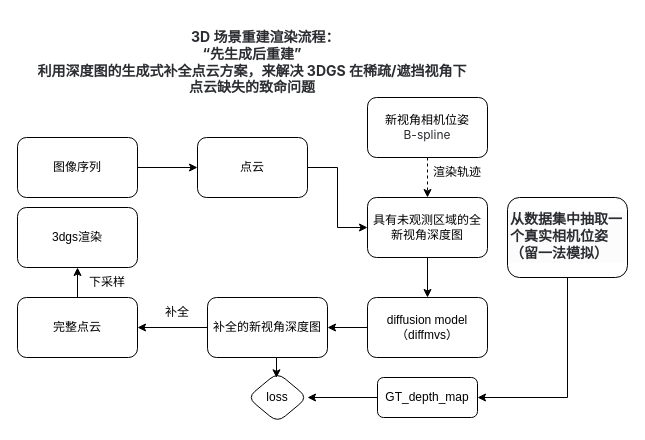
The draw.io diagram model_net.drawio in zzcPeace/draw.io, before the edit. Source tidied: cells renumbered, new cells numbered last; positions are measured from the earlier drawing's top-left corner, leaving out a move shared by most shapes. Both pictures are drawn from the tidied source at 100%, with x=0, y=0 at pixel (17, 17).
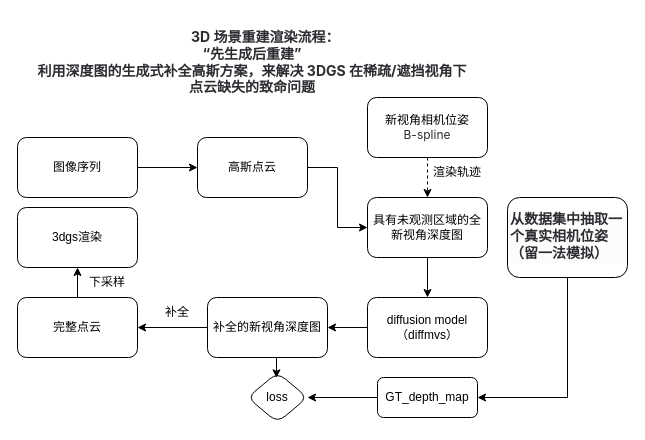
Above is the later version.

Diff of the diagram source:
```diff
@@
-    <mxCell id="5" value="点云" style="whiteSpace=wrap;html=1;rounded=1;" parent="1" vertex="1">
+    <mxCell id="5" value="高斯点云" style="whiteSpace=wrap;html=1;rounded=1;" parent="1" vertex="1">
       <mxGeometry x="180" y="120" width="110" height="60" as="geometry" />
     </mxCell>
@@
-    <mxCell id="17" value="&lt;strong class=&quot;ng-star-inserted&quot; style=&quot;box-sizing: border-box; color: rgb(43, 45, 49); font-family: Inter, sans-serif; font-size: 14px; text-align: start; background-color: rgb(255, 255, 255);&quot;&gt;&lt;span class=&quot;ng-star-inserted&quot; style=&quot;box-sizing: border-box;&quot;&gt;&lt;span style=&quot;white-space: pre;&quot;&gt;&#9;&lt;/span&gt;3D 场景重建渲染流程：&lt;br&gt;“先生成后重建”&lt;br&gt;&lt;/span&gt;&lt;/strong&gt;&lt;div&gt;&lt;strong class=&quot;ng-star-inserted&quot; style=&quot;box-sizing: border-box; color: rgb(43, 45, 49); font-family: Inter, sans-serif; font-size: 14px; text-align: start; background-color: rgb(255, 255, 255);&quot;&gt;&lt;span class=&quot;ng-star-inserted&quot; style=&quot;box-sizing: border-box;&quot;&gt;利用深度图的生成式补全点云方案，来解决 3DGS 在稀疏/遮挡视角下&lt;/span&gt;&lt;/strong&gt;&lt;/div&gt;&lt;div&gt;&lt;strong class=&quot;ng-star-inserted&quot; style=&quot;box-sizing: border-box; color: rgb(43, 45, 49); font-family: Inter, sans-serif; font-size: 14px; text-align: start; background-color: rgb(255, 255, 255);&quot;&gt;&lt;span class=&quot;ng-star-inserted&quot; style=&quot;box-sizing: border-box;&quot;&gt;点云缺失的致命问题&lt;/span&gt;&lt;/strong&gt;&lt;/div&gt;" style="text;html=1;whiteSpace=wrap;strokeColor=none;fillColor=none;align=center;verticalAlign=middle;rounded=0;" parent="1" vertex="1">
+    <mxCell id="17" value="&lt;strong class=&quot;ng-star-inserted&quot; style=&quot;box-sizing: border-box; color: rgb(43, 45, 49); font-family: Inter, sans-serif; font-size: 14px; text-align: start; background-color: rgb(255, 255, 255);&quot;&gt;&lt;span class=&quot;ng-star-inserted&quot; style=&quot;box-sizing: border-box;&quot;&gt;&lt;span style=&quot;white-space: pre;&quot;&gt;&#9;&lt;/span&gt;3D 场景重建渲染流程：&lt;br&gt;“先生成后重建”&lt;br&gt;&lt;/span&gt;&lt;/strong&gt;&lt;div&gt;&lt;strong class=&quot;ng-star-inserted&quot; style=&quot;box-sizing: border-box; color: rgb(43, 45, 49); font-family: Inter, sans-serif; font-size: 14px; text-align: start; background-color: rgb(255, 255, 255);&quot;&gt;&lt;span class=&quot;ng-star-inserted&quot; style=&quot;box-sizing: border-box;&quot;&gt;利用深度图的生成式补全高斯方案，来解决 3DGS 在稀疏/遮挡视角下&lt;/span&gt;&lt;/strong&gt;&lt;/div&gt;&lt;div&gt;&lt;strong class=&quot;ng-star-inserted&quot; style=&quot;box-sizing: border-box; color: rgb(43, 45, 49); font-family: Inter, sans-serif; font-size: 14px; text-align: start; background-color: rgb(255, 255, 255);&quot;&gt;&lt;span class=&quot;ng-star-inserted&quot; style=&quot;box-sizing: border-box;&quot;&gt;点云缺失的致命问题&lt;/span&gt;&lt;/strong&gt;&lt;/div&gt;" style="text;html=1;whiteSpace=wrap;strokeColor=none;fillColor=none;align=center;verticalAlign=middle;rounded=0;" parent="1" vertex="1">
       <mxGeometry width="470" height="90" as="geometry" />
     </mxCell>
```
